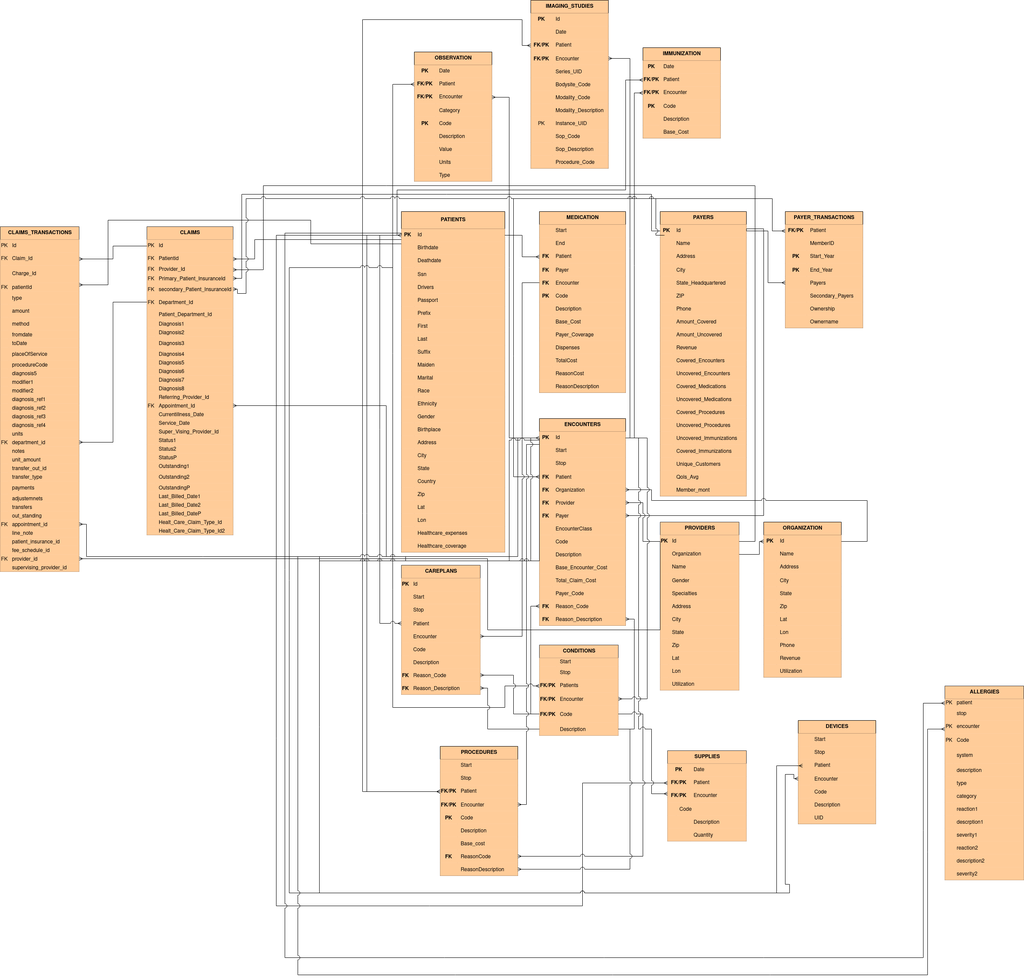
This is BigDataProject.drawio.png from UtsuroNoArashi/BigDataProject, a draw.io export, as it was before one commit. Source tidied: cells renumbered, new cells last; positions are measured from the earlier drawing's top-left corner, leaving out a move shared by most shapes.
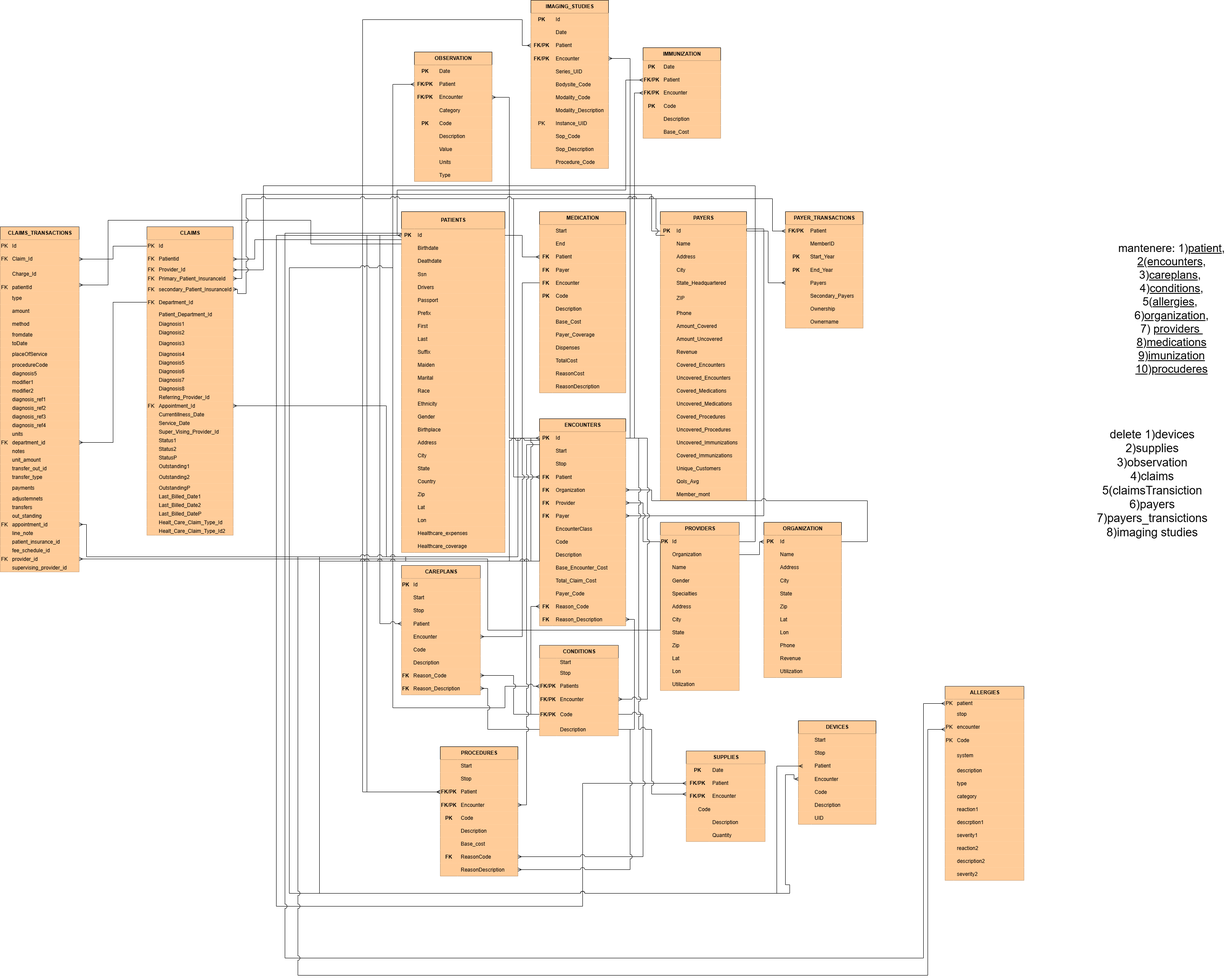
The same diagram one commit later.

Change to the diagram source:
```diff
@@ -3,7 +3,7 @@
     <mxCell id="0" />
     <mxCell id="1" parent="0" />
     <mxCell id="2" value="SUPPLIES" style="shape=table;startSize=30;rowLines=0;fontStyle=1;align=center;html=1;fillColor=light-dark(#FFCC99,#B98351);strokeColor=light-dark(#36393D,#DDE2E4);fontColor=light-dark(#000000,#000000);" parent="1" vertex="1">
-      <mxGeometry x="1547" y="1740" width="183" height="210" as="geometry" />
+      <mxGeometry x="1590" y="1740" width="183" height="210" as="geometry" />
     </mxCell>
     <mxCell id="3" style="shape=tableRow;horizontal=0;startSize=0;swimlaneHead=0;swimlaneBody=0;fillColor=light-dark(#FFCC99,#B98351);top=0;left=0;right=0;bottom=0;strokeColor=light-dark(#36393D,#DDE2E4);fontColor=light-dark(#000000,#000000);" parent="2" vertex="1">
       <mxGeometry y="30" width="183" height="30" as="geometry" />
@@ -750,7 +750,7 @@
       <mxGeometry x="20" width="180" height="20" as="geometry" />
     </mxCell>
     <mxCell id="251" value="&lt;div&gt;PAYERS&lt;/div&gt;" style="shape=table;startSize=30;rowLines=0;fontStyle=1;align=center;html=1;fontColor=light-dark(#000000,#000000);fillColor=light-dark(#FFCC99,#B98351);" parent="1" vertex="1">
-      <mxGeometry x="1530" y="490" width="200" height="660" as="geometry" />
+      <mxGeometry x="1530" y="490" width="200" height="670" as="geometry" />
     </mxCell>
     <mxCell id="252" style="shape=tableRow;horizontal=0;startSize=0;swimlaneHead=0;swimlaneBody=0;fillColor=light-dark(#FFCC99,#B98351);points=[[0,0.5],[1,0.5]];portConstraint=eastwest;top=0;left=0;right=0;bottom=0;fontColor=light-dark(#000000,#000000);" parent="251" vertex="1">
       <mxGeometry y="30" width="200" height="30" as="geometry" />
@@ -798,16 +798,16 @@
       <mxGeometry x="30" width="170" height="30" as="geometry" />
     </mxCell>
     <mxCell id="267" style="shape=tableRow;horizontal=0;startSize=0;swimlaneHead=0;swimlaneBody=0;fillColor=light-dark(#FFCC99,#B98351);top=0;left=0;right=0;bottom=0;fontColor=light-dark(#000000,#000000);" parent="251" vertex="1">
-      <mxGeometry y="180" width="200" height="30" as="geometry" />
+      <mxGeometry y="180" width="200" height="40" as="geometry" />
     </mxCell>
     <mxCell id="268" style="shape=partialRectangle;fillColor=light-dark(#FFCC99,#B98351);top=0;left=0;bottom=0;right=0;overflow=hidden;fontColor=light-dark(#000000,#000000);" parent="267" vertex="1">
-      <mxGeometry width="30" height="30" as="geometry" />
+      <mxGeometry width="30" height="40" as="geometry" />
     </mxCell>
     <mxCell id="269" value="ZIP" style="shape=partialRectangle;fillColor=light-dark(#FFCC99,#B98351);top=0;left=0;bottom=0;right=0;align=left;spacingLeft=6;overflow=hidden;fontColor=light-dark(#000000,#000000);" parent="267" vertex="1">
-      <mxGeometry x="30" width="170" height="30" as="geometry" />
+      <mxGeometry x="30" width="170" height="40" as="geometry" />
     </mxCell>
     <mxCell id="270" style="shape=tableRow;horizontal=0;startSize=0;swimlaneHead=0;swimlaneBody=0;fillColor=light-dark(#FFCC99,#B98351);top=0;left=0;right=0;bottom=0;fontColor=light-dark(#000000,#000000);" parent="251" vertex="1">
-      <mxGeometry y="210" width="200" height="30" as="geometry" />
+      <mxGeometry y="220" width="200" height="30" as="geometry" />
     </mxCell>
     <mxCell id="271" style="shape=partialRectangle;fillColor=light-dark(#FFCC99,#B98351);top=0;left=0;bottom=0;right=0;overflow=hidden;fontColor=light-dark(#000000,#000000);" parent="270" vertex="1">
       <mxGeometry width="30" height="30" as="geometry" />
@@ -816,7 +816,7 @@
       <mxGeometry x="30" width="170" height="30" as="geometry" />
     </mxCell>
     <mxCell id="273" style="shape=tableRow;horizontal=0;startSize=0;swimlaneHead=0;swimlaneBody=0;fillColor=light-dark(#FFCC99,#B98351);top=0;left=0;right=0;bottom=0;fontColor=light-dark(#000000,#000000);" parent="251" vertex="1">
-      <mxGeometry y="240" width="200" height="30" as="geometry" />
+      <mxGeometry y="250" width="200" height="30" as="geometry" />
     </mxCell>
     <mxCell id="274" style="shape=partialRectangle;fillColor=light-dark(#FFCC99,#B98351);top=0;left=0;bottom=0;right=0;overflow=hidden;fontColor=light-dark(#000000,#000000);" parent="273" vertex="1">
       <mxGeometry width="30" height="30" as="geometry" />
@@ -825,7 +825,7 @@
       <mxGeometry x="30" width="170" height="30" as="geometry" />
     </mxCell>
     <mxCell id="276" style="shape=tableRow;horizontal=0;startSize=0;swimlaneHead=0;swimlaneBody=0;fillColor=light-dark(#FFCC99,#B98351);top=0;left=0;right=0;bottom=0;fontColor=light-dark(#000000,#000000);" parent="251" vertex="1">
-      <mxGeometry y="270" width="200" height="30" as="geometry" />
+      <mxGeometry y="280" width="200" height="30" as="geometry" />
     </mxCell>
     <mxCell id="277" style="shape=partialRectangle;fillColor=light-dark(#FFCC99,#B98351);top=0;left=0;bottom=0;right=0;overflow=hidden;fontColor=light-dark(#000000,#000000);" parent="276" vertex="1">
       <mxGeometry width="30" height="30" as="geometry" />
@@ -834,7 +834,7 @@
       <mxGeometry x="30" width="170" height="30" as="geometry" />
     </mxCell>
     <mxCell id="279" style="shape=tableRow;horizontal=0;startSize=0;swimlaneHead=0;swimlaneBody=0;fillColor=light-dark(#FFCC99,#B98351);top=0;left=0;right=0;bottom=0;fontColor=light-dark(#000000,#000000);" parent="251" vertex="1">
-      <mxGeometry y="300" width="200" height="30" as="geometry" />
+      <mxGeometry y="310" width="200" height="30" as="geometry" />
     </mxCell>
     <mxCell id="280" style="shape=partialRectangle;fillColor=light-dark(#FFCC99,#B98351);top=0;left=0;bottom=0;right=0;overflow=hidden;fontColor=light-dark(#000000,#000000);" parent="279" vertex="1">
       <mxGeometry width="30" height="30" as="geometry" />
@@ -843,7 +843,7 @@
       <mxGeometry x="30" width="170" height="30" as="geometry" />
     </mxCell>
     <mxCell id="282" style="shape=tableRow;horizontal=0;startSize=0;swimlaneHead=0;swimlaneBody=0;fillColor=light-dark(#FFCC99,#B98351);top=0;left=0;right=0;bottom=0;fontColor=light-dark(#000000,#000000);" parent="251" vertex="1">
-      <mxGeometry y="330" width="200" height="30" as="geometry" />
+      <mxGeometry y="340" width="200" height="30" as="geometry" />
     </mxCell>
     <mxCell id="283" style="shape=partialRectangle;fillColor=light-dark(#FFCC99,#B98351);top=0;left=0;bottom=0;right=0;overflow=hidden;fontColor=light-dark(#000000,#000000);" parent="282" vertex="1">
       <mxGeometry width="30" height="30" as="geometry" />
@@ -852,7 +852,7 @@
       <mxGeometry x="30" width="170" height="30" as="geometry" />
     </mxCell>
     <mxCell id="285" style="shape=tableRow;horizontal=0;startSize=0;swimlaneHead=0;swimlaneBody=0;fillColor=light-dark(#FFCC99,#B98351);top=0;left=0;right=0;bottom=0;fontColor=light-dark(#000000,#000000);" parent="251" vertex="1">
-      <mxGeometry y="360" width="200" height="30" as="geometry" />
+      <mxGeometry y="370" width="200" height="30" as="geometry" />
     </mxCell>
     <mxCell id="286" style="shape=partialRectangle;fillColor=light-dark(#FFCC99,#B98351);top=0;left=0;bottom=0;right=0;overflow=hidden;fontColor=light-dark(#000000,#000000);" parent="285" vertex="1">
       <mxGeometry width="30" height="30" as="geometry" />
@@ -861,7 +861,7 @@
       <mxGeometry x="30" width="170" height="30" as="geometry" />
     </mxCell>
     <mxCell id="288" style="shape=tableRow;horizontal=0;startSize=0;swimlaneHead=0;swimlaneBody=0;fillColor=light-dark(#FFCC99,#B98351);top=0;left=0;right=0;bottom=0;fontColor=light-dark(#000000,#000000);" parent="251" vertex="1">
-      <mxGeometry y="390" width="200" height="30" as="geometry" />
+      <mxGeometry y="400" width="200" height="30" as="geometry" />
     </mxCell>
     <mxCell id="289" style="shape=partialRectangle;fillColor=light-dark(#FFCC99,#B98351);top=0;left=0;bottom=0;right=0;overflow=hidden;fontColor=light-dark(#000000,#000000);" parent="288" vertex="1">
       <mxGeometry width="30" height="30" as="geometry" />
@@ -870,7 +870,7 @@
       <mxGeometry x="30" width="170" height="30" as="geometry" />
     </mxCell>
     <mxCell id="291" style="shape=tableRow;horizontal=0;startSize=0;swimlaneHead=0;swimlaneBody=0;fillColor=light-dark(#FFCC99,#B98351);top=0;left=0;right=0;bottom=0;fontColor=light-dark(#000000,#000000);" parent="251" vertex="1">
-      <mxGeometry y="420" width="200" height="30" as="geometry" />
+      <mxGeometry y="430" width="200" height="30" as="geometry" />
     </mxCell>
     <mxCell id="292" value="    " style="shape=partialRectangle;fillColor=light-dark(#FFCC99,#B98351);top=0;left=0;bottom=0;right=0;overflow=hidden;fontColor=light-dark(#000000,#000000);" parent="291" vertex="1">
       <mxGeometry width="30" height="30" as="geometry" />
@@ -879,7 +879,7 @@
       <mxGeometry x="30" width="170" height="30" as="geometry" />
     </mxCell>
     <mxCell id="294" style="shape=tableRow;horizontal=0;startSize=0;swimlaneHead=0;swimlaneBody=0;fillColor=light-dark(#FFCC99,#B98351);top=0;left=0;right=0;bottom=0;fontColor=light-dark(#000000,#000000);" parent="251" vertex="1">
-      <mxGeometry y="450" width="200" height="30" as="geometry" />
+      <mxGeometry y="460" width="200" height="30" as="geometry" />
     </mxCell>
     <mxCell id="295" style="shape=partialRectangle;fillColor=light-dark(#FFCC99,#B98351);top=0;left=0;bottom=0;right=0;overflow=hidden;fontColor=light-dark(#000000,#000000);" parent="294" vertex="1">
       <mxGeometry width="30" height="30" as="geometry" />
@@ -888,7 +888,7 @@
       <mxGeometry x="30" width="170" height="30" as="geometry" />
     </mxCell>
     <mxCell id="297" style="shape=tableRow;horizontal=0;startSize=0;swimlaneHead=0;swimlaneBody=0;fillColor=light-dark(#FFCC99,#B98351);top=0;left=0;right=0;bottom=0;fontColor=light-dark(#000000,#000000);" parent="251" vertex="1">
-      <mxGeometry y="480" width="200" height="30" as="geometry" />
+      <mxGeometry y="490" width="200" height="30" as="geometry" />
     </mxCell>
     <mxCell id="298" style="shape=partialRectangle;fillColor=light-dark(#FFCC99,#B98351);top=0;left=0;bottom=0;right=0;overflow=hidden;fontColor=light-dark(#000000,#000000);" parent="297" vertex="1">
       <mxGeometry width="30" height="30" as="geometry" />
@@ -897,7 +897,7 @@
       <mxGeometry x="30" width="170" height="30" as="geometry" />
     </mxCell>
     <mxCell id="300" style="shape=tableRow;horizontal=0;startSize=0;swimlaneHead=0;swimlaneBody=0;fillColor=light-dark(#FFCC99,#B98351);top=0;left=0;right=0;bottom=0;fontColor=light-dark(#000000,#000000);" parent="251" vertex="1">
-      <mxGeometry y="510" width="200" height="30" as="geometry" />
+      <mxGeometry y="520" width="200" height="30" as="geometry" />
     </mxCell>
     <mxCell id="301" value="    " style="shape=partialRectangle;fillColor=light-dark(#FFCC99,#B98351);top=0;left=0;bottom=0;right=0;overflow=hidden;fontColor=light-dark(#000000,#000000);" parent="300" vertex="1">
       <mxGeometry width="30" height="30" as="geometry" />
@@ -906,7 +906,7 @@
       <mxGeometry x="30" width="170" height="30" as="geometry" />
     </mxCell>
     <mxCell id="303" style="shape=tableRow;horizontal=0;startSize=0;swimlaneHead=0;swimlaneBody=0;fillColor=light-dark(#FFCC99,#B98351);top=0;left=0;right=0;bottom=0;fontColor=light-dark(#000000,#000000);" parent="251" vertex="1">
-      <mxGeometry y="540" width="200" height="30" as="geometry" />
+      <mxGeometry y="550" width="200" height="30" as="geometry" />
     </mxCell>
     <mxCell id="304" value="    " style="shape=partialRectangle;fillColor=light-dark(#FFCC99,#B98351);top=0;left=0;bottom=0;right=0;overflow=hidden;fontColor=light-dark(#000000,#000000);" parent="303" vertex="1">
       <mxGeometry width="30" height="30" as="geometry" />
@@ -915,7 +915,7 @@
       <mxGeometry x="30" width="170" height="30" as="geometry" />
     </mxCell>
     <mxCell id="306" style="shape=tableRow;horizontal=0;startSize=0;swimlaneHead=0;swimlaneBody=0;fillColor=light-dark(#FFCC99,#B98351);top=0;left=0;right=0;bottom=0;fontColor=light-dark(#000000,#000000);" parent="251" vertex="1">
-      <mxGeometry y="570" width="200" height="30" as="geometry" />
+      <mxGeometry y="580" width="200" height="30" as="geometry" />
     </mxCell>
     <mxCell id="307" style="shape=partialRectangle;fillColor=light-dark(#FFCC99,#B98351);top=0;left=0;bottom=0;right=0;overflow=hidden;fontColor=light-dark(#000000,#000000);" parent="306" vertex="1">
       <mxGeometry width="30" height="30" as="geometry" />
@@ -924,7 +924,7 @@
       <mxGeometry x="30" width="170" height="30" as="geometry" />
     </mxCell>
     <mxCell id="309" style="shape=tableRow;horizontal=0;startSize=0;swimlaneHead=0;swimlaneBody=0;fillColor=light-dark(#FFCC99,#B98351);top=0;left=0;right=0;bottom=0;fontColor=light-dark(#000000,#000000);" parent="251" vertex="1">
-      <mxGeometry y="600" width="200" height="30" as="geometry" />
+      <mxGeometry y="610" width="200" height="30" as="geometry" />
     </mxCell>
     <mxCell id="310" style="shape=partialRectangle;fillColor=light-dark(#FFCC99,#B98351);top=0;left=0;bottom=0;right=0;overflow=hidden;fontColor=light-dark(#000000,#000000);" parent="309" vertex="1">
       <mxGeometry width="30" height="30" as="geometry" />
@@ -933,7 +933,7 @@
       <mxGeometry x="30" width="170" height="30" as="geometry" />
     </mxCell>
     <mxCell id="312" style="shape=tableRow;horizontal=0;startSize=0;swimlaneHead=0;swimlaneBody=0;fillColor=light-dark(#FFCC99,#B98351);top=0;left=0;right=0;bottom=0;fontColor=light-dark(#000000,#000000);" parent="251" vertex="1">
-      <mxGeometry y="630" width="200" height="30" as="geometry" />
+      <mxGeometry y="640" width="200" height="30" as="geometry" />
     </mxCell>
     <mxCell id="313" style="shape=partialRectangle;fillColor=light-dark(#FFCC99,#B98351);top=0;left=0;bottom=0;right=0;overflow=hidden;fontColor=light-dark(#000000,#000000);" parent="312" vertex="1">
       <mxGeometry width="30" height="30" as="geometry" />
@@ -2660,5 +2660,11 @@
         </Array>
       </mxGeometry>
     </mxCell>
+    <mxCell id="808" value="delete 1)devices&lt;div&gt;2)supplies&lt;/div&gt;&lt;div&gt;3)observation&lt;/div&gt;&lt;div&gt;4)claims&lt;/div&gt;&lt;div&gt;5(claimsTransiction&lt;/div&gt;&lt;div&gt;6)payers&lt;/div&gt;&lt;div&gt;7)&lt;span style=&quot;background-color: transparent; color: light-dark(rgb(0, 0, 0), rgb(255, 255, 255));&quot;&gt;payers_transictions&lt;/span&gt;&lt;/div&gt;&lt;div&gt;&lt;span style=&quot;background-color: transparent; color: light-dark(rgb(0, 0, 0), rgb(255, 255, 255));&quot;&gt;8)imaging studies&lt;/span&gt;&lt;/div&gt;" style="text;html=1;align=center;verticalAlign=middle;strokeColor=none;fillColor=none;fontSize=27;" parent="1" vertex="1">
+      <mxGeometry x="2530" y="985" width="280" height="270" as="geometry" />
+    </mxCell>
+    <mxCell id="809" value="&lt;font&gt;mantenere: 1)&lt;u&gt;patient&lt;/u&gt;,&lt;/font&gt;&lt;div&gt;&lt;font&gt;&lt;u&gt;2(encounters,&lt;/u&gt;&lt;/font&gt;&lt;div&gt;&lt;font&gt;3)&lt;u&gt;careplans&lt;/u&gt;,&amp;nbsp;&lt;/font&gt;&lt;div&gt;&lt;font&gt;4)&lt;u&gt;conditions&lt;/u&gt;,&lt;/font&gt;&lt;div&gt;&lt;font&gt;5(&lt;u&gt;allergies&lt;/u&gt;,&amp;nbsp;&lt;/font&gt;&lt;div&gt;&lt;div&gt;&lt;font&gt;6)&lt;u&gt;organization&lt;/u&gt;,&lt;/font&gt;&lt;div&gt;&lt;font&gt;7) &lt;u&gt;providers&amp;nbsp;&lt;/u&gt;&lt;/font&gt;&lt;div&gt;&lt;font&gt;&lt;u&gt;8)medications&lt;/u&gt;&lt;/font&gt;&lt;/div&gt;&lt;/div&gt;&lt;/div&gt;&lt;/div&gt;&lt;/div&gt;&lt;/div&gt;&lt;/div&gt;&lt;/div&gt;&lt;div&gt;&lt;font&gt;&lt;u&gt;9)imunization&lt;/u&gt;&lt;/font&gt;&lt;/div&gt;&lt;div&gt;&lt;font&gt;&lt;u&gt;10)procuderes&lt;/u&gt;&lt;/font&gt;&lt;/div&gt;" style="text;html=1;align=center;verticalAlign=middle;strokeColor=none;fillColor=none;fontSize=26;" parent="1" vertex="1">
+      <mxGeometry x="2580" y="550" width="270" height="330" as="geometry" />
+    </mxCell>
   </root>
 </mxGraphModel>
```
